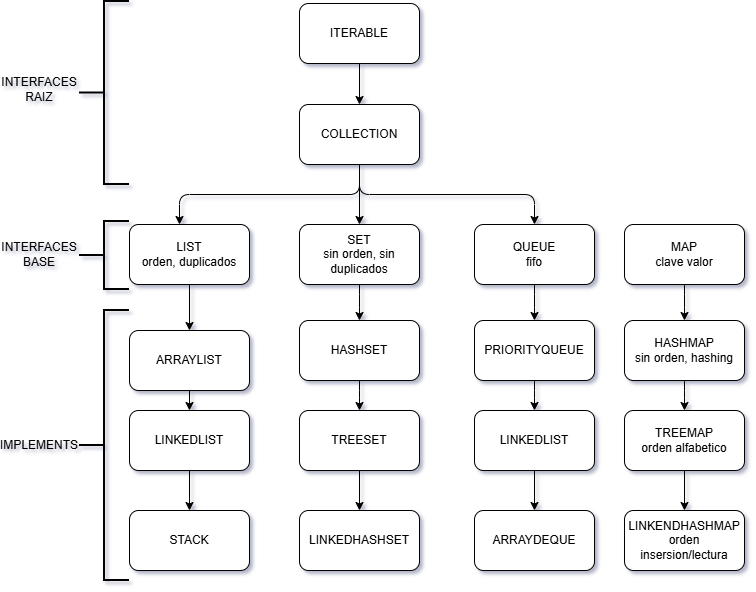
This is java-2-se/resources/java-colleccion.drawio.png from ffernacu/java-version, a draw.io export, as it was before one commit. Source tidied: cells renumbered, new cells last; positions are measured from the earlier drawing's top-left corner, leaving out a move shared by most shapes.
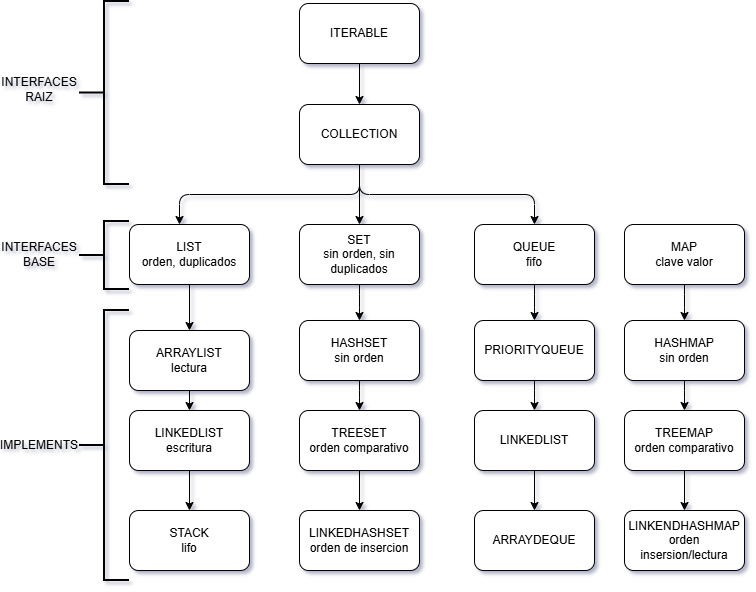
The same file after the commit.

What changed in the source:
```diff
@@ -53,37 +53,37 @@
     <mxCell id="14" style="edgeStyle=orthogonalEdgeStyle;rounded=1;jettySize=auto;html=1;labelBackgroundColor=none;fontColor=default;" parent="1" edge="1" source="15" target="17">
       <mxGeometry relative="1" as="geometry" />
     </mxCell>
-    <mxCell id="15" value="ARRAYLIST" style="rounded=1;whiteSpace=wrap;html=1;labelBackgroundColor=none;" parent="1" vertex="1">
+    <mxCell id="15" value="ARRAYLIST&lt;div&gt;lectura&lt;/div&gt;" style="rounded=1;whiteSpace=wrap;html=1;labelBackgroundColor=none;" parent="1" vertex="1">
       <mxGeometry x="120" y="329" width="120" height="60" as="geometry" />
     </mxCell>
     <mxCell id="16" style="edgeStyle=orthogonalEdgeStyle;rounded=1;jettySize=auto;html=1;labelBackgroundColor=none;fontColor=default;" parent="1" edge="1" source="17" target="40">
       <mxGeometry relative="1" as="geometry" />
     </mxCell>
-    <mxCell id="17" value="LINKEDLIST" style="rounded=1;whiteSpace=wrap;html=1;labelBackgroundColor=none;" parent="1" vertex="1">
+    <mxCell id="17" value="LINKEDLIST&lt;div&gt;escritura&lt;/div&gt;" style="rounded=1;whiteSpace=wrap;html=1;labelBackgroundColor=none;" parent="1" vertex="1">
       <mxGeometry x="120" y="409" width="120" height="60" as="geometry" />
     </mxCell>
     <mxCell id="18" style="edgeStyle=orthogonalEdgeStyle;rounded=1;jettySize=auto;html=1;labelBackgroundColor=none;fontColor=default;" parent="1" edge="1" source="19" target="21">
       <mxGeometry relative="1" as="geometry" />
     </mxCell>
-    <mxCell id="19" value="HASHSET" style="rounded=1;whiteSpace=wrap;html=1;labelBackgroundColor=none;" parent="1" vertex="1">
+    <mxCell id="19" value="HASHSET&lt;div&gt;sin orden&lt;/div&gt;" style="rounded=1;whiteSpace=wrap;html=1;labelBackgroundColor=none;" parent="1" vertex="1">
       <mxGeometry x="290" y="319" width="120" height="60" as="geometry" />
     </mxCell>
     <mxCell id="20" style="edgeStyle=orthogonalEdgeStyle;rounded=1;jettySize=auto;html=1;labelBackgroundColor=none;fontColor=default;" parent="1" edge="1" source="21" target="41">
       <mxGeometry relative="1" as="geometry" />
     </mxCell>
-    <mxCell id="21" value="TREESET" style="rounded=1;whiteSpace=wrap;html=1;labelBackgroundColor=none;" parent="1" vertex="1">
+    <mxCell id="21" value="TREESET&lt;div&gt;orden comparativo&lt;/div&gt;" style="rounded=1;whiteSpace=wrap;html=1;labelBackgroundColor=none;" parent="1" vertex="1">
       <mxGeometry x="290" y="409" width="120" height="60" as="geometry" />
     </mxCell>
     <mxCell id="22" style="edgeStyle=orthogonalEdgeStyle;rounded=1;jettySize=auto;html=1;labelBackgroundColor=none;fontColor=default;" parent="1" edge="1" source="23" target="25">
       <mxGeometry relative="1" as="geometry" />
     </mxCell>
-    <mxCell id="23" value="HASHMAP&lt;div&gt;sin orden, hashing&lt;/div&gt;" style="rounded=1;whiteSpace=wrap;html=1;labelBackgroundColor=none;" parent="1" vertex="1">
+    <mxCell id="23" value="HASHMAP&lt;div&gt;sin orden&lt;/div&gt;" style="rounded=1;whiteSpace=wrap;html=1;labelBackgroundColor=none;" parent="1" vertex="1">
       <mxGeometry x="615" y="319" width="120" height="60" as="geometry" />
     </mxCell>
     <mxCell id="24" style="edgeStyle=orthogonalEdgeStyle;rounded=1;jettySize=auto;html=1;labelBackgroundColor=none;fontColor=default;" parent="1" edge="1" source="25" target="36">
       <mxGeometry relative="1" as="geometry" />
     </mxCell>
-    <mxCell id="25" value="TREEMAP&lt;div&gt;orden alfabetico&lt;/div&gt;" style="rounded=1;whiteSpace=wrap;html=1;labelBackgroundColor=none;" parent="1" vertex="1">
+    <mxCell id="25" value="TREEMAP&lt;div&gt;orden comparativo&lt;/div&gt;" style="rounded=1;whiteSpace=wrap;html=1;labelBackgroundColor=none;" parent="1" vertex="1">
       <mxGeometry x="615" y="409" width="120" height="60" as="geometry" />
     </mxCell>
     <mxCell id="26" style="edgeStyle=orthogonalEdgeStyle;rounded=1;jettySize=auto;html=1;labelBackgroundColor=none;fontColor=default;" parent="1" edge="1" source="27" target="29">
@@ -128,10 +128,10 @@
     <mxCell id="39" style="strokeWidth=2;html=1;shape=mxgraph.flowchart.annotation_2;align=left;labelPosition=right;labelBackgroundColor=none;rounded=1;" parent="1" vertex="1">
       <mxGeometry x="70" y="309" width="50" height="270" as="geometry" />
     </mxCell>
-    <mxCell id="40" value="STACK" style="rounded=1;whiteSpace=wrap;html=1;labelBackgroundColor=none;" parent="1" vertex="1">
+    <mxCell id="40" value="STACK&lt;div&gt;lifo&lt;/div&gt;" style="rounded=1;whiteSpace=wrap;html=1;labelBackgroundColor=none;" parent="1" vertex="1">
       <mxGeometry x="120" y="509" width="120" height="60" as="geometry" />
     </mxCell>
-    <mxCell id="41" value="LINKEDHASH&lt;span style=&quot;background-color: transparent; color: light-dark(rgb(0, 0, 0), rgb(255, 255, 255));&quot;&gt;SET&lt;/span&gt;" style="rounded=1;whiteSpace=wrap;html=1;labelBackgroundColor=none;" parent="1" vertex="1">
+    <mxCell id="41" value="LINKEDHASH&lt;span style=&quot;background-color: transparent; color: light-dark(rgb(0, 0, 0), rgb(255, 255, 255));&quot;&gt;SET&lt;/span&gt;&lt;div&gt;&lt;span style=&quot;background-color: transparent; color: light-dark(rgb(0, 0, 0), rgb(255, 255, 255));&quot;&gt;orden de insercion&lt;/span&gt;&lt;/div&gt;" style="rounded=1;whiteSpace=wrap;html=1;labelBackgroundColor=none;" parent="1" vertex="1">
       <mxGeometry x="290" y="509" width="120" height="60" as="geometry" />
     </mxCell>
   </root>
```
